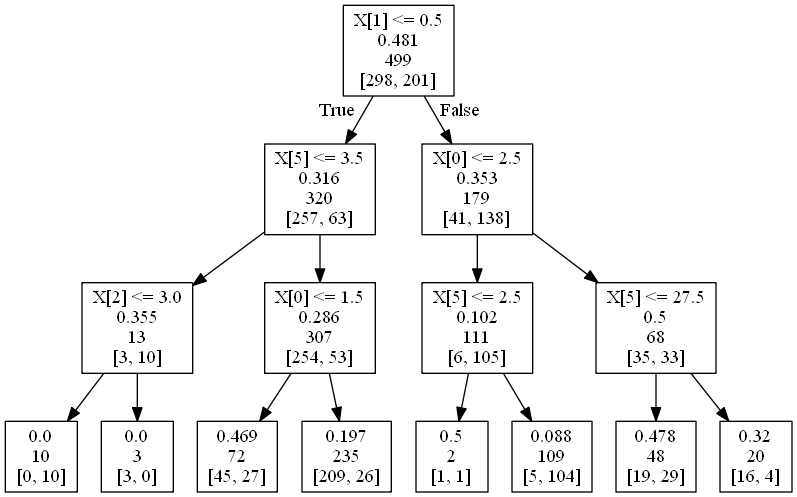
Before: titanic/arvore_titanic.png, a diagram exported from Graphviz (gusrabbit/Kaggle). Its source is kept beside it as titanic/arvore_titanic.dot. Source of this version:
```dot
digraph Tree {
node [shape=box] ;
0 [label="X[1] <= 0.5\n0.481\n499\n[298, 201]"] ;
1 [label="X[5] <= 3.5\n0.316\n320\n[257, 63]"] ;
0 -> 1 [labeldistance=2.5, labelangle=45, headlabel="True"] ;
2 [label="X[2] <= 3.0\n0.355\n13\n[3, 10]"] ;
1 -> 2 ;
3 [label="0.0\n10\n[0, 10]"] ;
2 -> 3 ;
4 [label="0.0\n3\n[3, 0]"] ;
2 -> 4 ;
5 [label="X[0] <= 1.5\n0.286\n307\n[254, 53]"] ;
1 -> 5 ;
6 [label="0.469\n72\n[45, 27]"] ;
5 -> 6 ;
7 [label="0.197\n235\n[209, 26]"] ;
5 -> 7 ;
8 [label="X[0] <= 2.5\n0.353\n179\n[41, 138]"] ;
0 -> 8 [labeldistance=2.5, labelangle=-45, headlabel="False"] ;
9 [label="X[5] <= 2.5\n0.102\n111\n[6, 105]"] ;
8 -> 9 ;
10 [label="0.5\n2\n[1, 1]"] ;
9 -> 10 ;
11 [label="0.088\n109\n[5, 104]"] ;
9 -> 11 ;
12 [label="X[5] <= 27.5\n0.5\n68\n[35, 33]"] ;
8 -> 12 ;
13 [label="0.478\n48\n[19, 29]"] ;
12 -> 13 ;
14 [label="0.32\n20\n[16, 4]"] ;
12 -> 14 ;
}
```
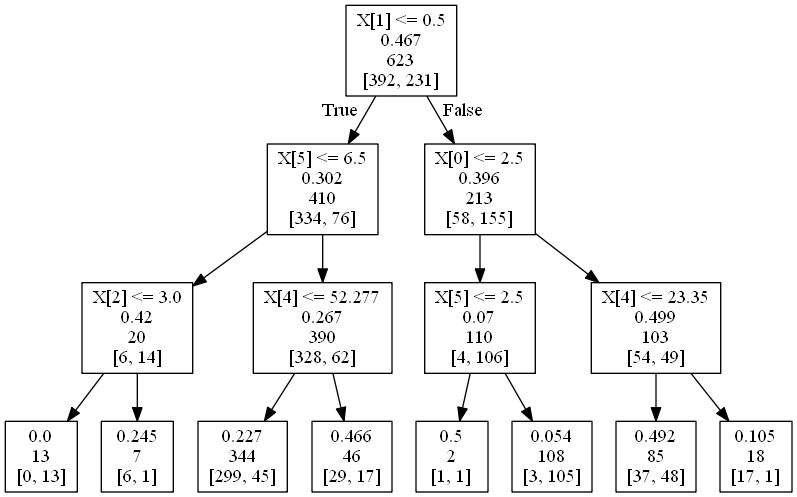
After the commit.

Diff of the diagram source:
```diff
@@ -1,32 +1,32 @@
 digraph Tree {
 node [shape=box] ;
-0 [label="X[1] <= 0.5\n0.481\n499\n[298, 201]"] ;
-1 [label="X[5] <= 3.5\n0.316\n320\n[257, 63]"] ;
+0 [label="X[1] <= 0.5\ngini = 0.467\nsamples = 623\nvalue = [392, 231]"] ;
+1 [label="X[5] <= 6.5\ngini = 0.302\nsamples = 410\nvalue = [334, 76]"] ;
 0 -> 1 [labeldistance=2.5, labelangle=45, headlabel="True"] ;
-2 [label="X[2] <= 3.0\n0.355\n13\n[3, 10]"] ;
+2 [label="X[2] <= 3.0\ngini = 0.42\nsamples = 20\nvalue = [6, 14]"] ;
 1 -> 2 ;
-3 [label="0.0\n10\n[0, 10]"] ;
+3 [label="gini = 0.0\nsamples = 13\nvalue = [0, 13]"] ;
 2 -> 3 ;
-4 [label="0.0\n3\n[3, 0]"] ;
+4 [label="gini = 0.245\nsamples = 7\nvalue = [6, 1]"] ;
 2 -> 4 ;
-5 [label="X[0] <= 1.5\n0.286\n307\n[254, 53]"] ;
+5 [label="X[4] <= 52.277\ngini = 0.267\nsamples = 390\nvalue = [328, 62]"] ;
 1 -> 5 ;
-6 [label="0.469\n72\n[45, 27]"] ;
+6 [label="gini = 0.227\nsamples = 344\nvalue = [299, 45]"] ;
 5 -> 6 ;
-7 [label="0.197\n235\n[209, 26]"] ;
+7 [label="gini = 0.466\nsamples = 46\nvalue = [29, 17]"] ;
 5 -> 7 ;
-8 [label="X[0] <= 2.5\n0.353\n179\n[41, 138]"] ;
+8 [label="X[0] <= 2.5\ngini = 0.396\nsamples = 213\nvalue = [58, 155]"] ;
 0 -> 8 [labeldistance=2.5, labelangle=-45, headlabel="False"] ;
-9 [label="X[5] <= 2.5\n0.102\n111\n[6, 105]"] ;
+9 [label="X[5] <= 2.5\ngini = 0.07\nsamples = 110\nvalue = [4, 106]"] ;
 8 -> 9 ;
-10 [label="0.5\n2\n[1, 1]"] ;
+10 [label="gini = 0.5\nsamples = 2\nvalue = [1, 1]"] ;
 9 -> 10 ;
-11 [label="0.088\n109\n[5, 104]"] ;
+11 [label="gini = 0.054\nsamples = 108\nvalue = [3, 105]"] ;
 9 -> 11 ;
-12 [label="X[5] <= 27.5\n0.5\n68\n[35, 33]"] ;
+12 [label="X[4] <= 23.35\ngini = 0.499\nsamples = 103\nvalue = [54, 49]"] ;
 8 -> 12 ;
-13 [label="0.478\n48\n[19, 29]"] ;
+13 [label="gini = 0.492\nsamples = 85\nvalue = [37, 48]"] ;
 12 -> 13 ;
-14 [label="0.32\n20\n[16, 4]"] ;
+14 [label="gini = 0.105\nsamples = 18\nvalue = [17, 1]"] ;
 12 -> 14 ;
 }
```
